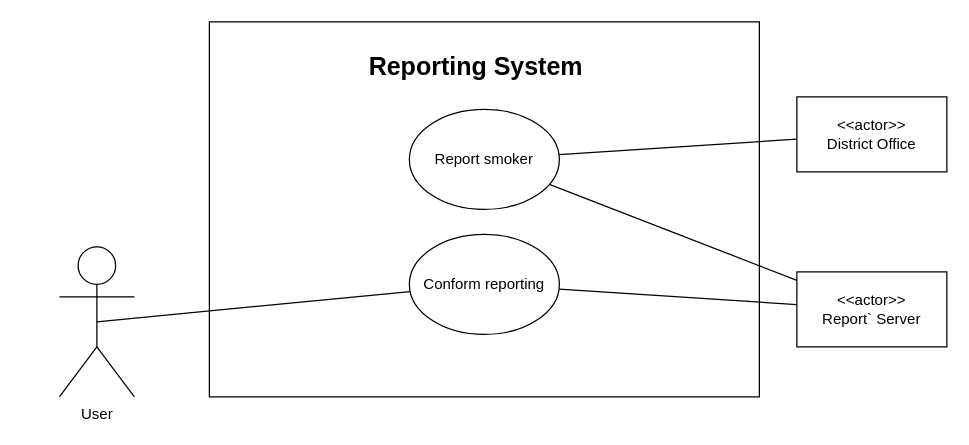
The draw.io diagram Report_useCase.drawio in sogongteam14/doc, before the edit. Source tidied: cells renumbered, new cells numbered last; positions are measured from the earlier drawing's top-left corner, leaving out a move shared by most shapes. Both pictures are drawn from the tidied source at 125%, with x=0, y=0 at pixel (59, 21).
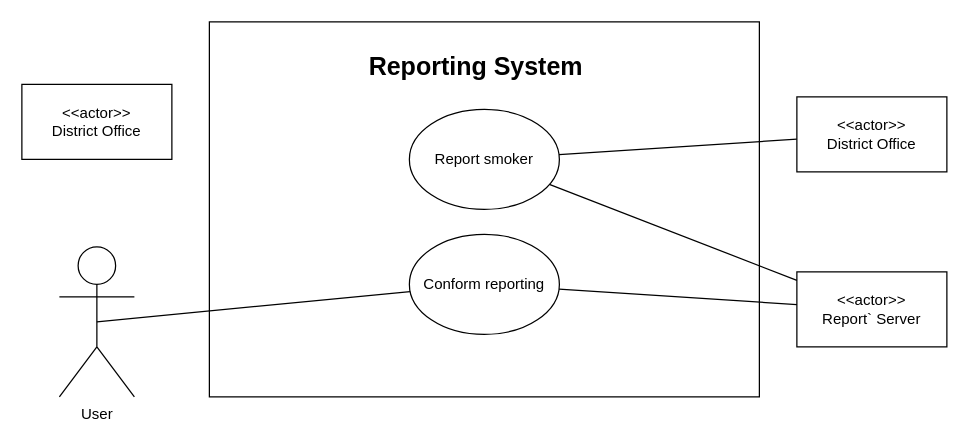
The same diagram, later.

Change to the diagram source:
```diff
@@
 <mxGraphModel>
   <root>
     <mxCell id="0" />
     <mxCell id="1" parent="0" />
     <mxCell id="2" style="rounded=0;whiteSpace=wrap;html=1;" parent="1" vertex="1">
       <mxGeometry x="120" width="440" height="300" as="geometry" />
     </mxCell>
     <mxCell id="3" value="User" style="shape=umlActor;verticalLabelPosition=bottom;labelBackgroundColor=#ffffff;verticalAlign=top;html=1;outlineConnect=0;" parent="1" vertex="1">
       <mxGeometry y="180" width="60" height="120" as="geometry" />
     </mxCell>
     <mxCell id="4" value="&lt;b&gt;&lt;font style=&quot;font-size: 20px&quot;&gt;Reporting System&lt;/font&gt;&lt;/b&gt;" style="text;html=1;strokeColor=none;fillColor=none;align=center;verticalAlign=middle;whiteSpace=wrap;rounded=0;" parent="1" vertex="1">
       <mxGeometry x="127" width="413" height="70" as="geometry" />
     </mxCell>
     <mxCell id="5" value="&lt;div&gt;&amp;lt;&amp;lt;actor&amp;gt;&amp;gt;&lt;/div&gt;&lt;div&gt;Report` Server&lt;br&gt;&lt;/div&gt;" style="rounded=0;whiteSpace=wrap;html=1;" parent="1" vertex="1">
       <mxGeometry x="590" y="200" width="120" height="60" as="geometry" />
     </mxCell>
     <mxCell id="6" value="Report smoker" style="ellipse;whiteSpace=wrap;html=1;" parent="1" vertex="1">
       <mxGeometry x="280" y="70" width="120" height="80" as="geometry" />
     </mxCell>
     <mxCell id="7" style="endArrow=none;html=1;" parent="1" edge="1" source="6" target="5">
       <mxGeometry relative="1" as="geometry" />
     </mxCell>
     <mxCell id="8" style="endArrow=none;html=1;" parent="1" edge="1" source="12" target="6">
       <mxGeometry relative="1" as="geometry" />
     </mxCell>
     <mxCell id="9" value="Conform reporting" style="ellipse;whiteSpace=wrap;html=1;" parent="1" vertex="1">
       <mxGeometry x="280" y="170" width="120" height="80" as="geometry" />
     </mxCell>
     <mxCell id="10" style="endArrow=none;html=1;" parent="1" edge="1" source="9" target="5">
       <mxGeometry relative="1" as="geometry" />
     </mxCell>
     <mxCell id="11" style="endArrow=none;html=1;entryX=0.5;entryY=0.5;entryDx=0;entryDy=0;entryPerimeter=0;" parent="1" edge="1" source="9" target="3">
       <mxGeometry relative="1" as="geometry" />
     </mxCell>
     <mxCell id="12" value="&lt;div&gt;&amp;lt;&amp;lt;actor&amp;gt;&amp;gt;&lt;/div&gt;&lt;div&gt;District Office&lt;/div&gt;" style="rounded=0;whiteSpace=wrap;html=1;" parent="1" vertex="1">
       <mxGeometry x="590" y="60" width="120" height="60" as="geometry" />
     </mxCell>
+    <mxCell id="13" value="&lt;div&gt;&amp;lt;&amp;lt;actor&amp;gt;&amp;gt;&lt;/div&gt;&lt;div&gt;District Office&lt;/div&gt;" style="rounded=0;whiteSpace=wrap;html=1;" parent="1" vertex="1">
+      <mxGeometry x="-30" y="50" width="120" height="60" as="geometry" />
+    </mxCell>
   </root>
 </mxGraphModel>
```
